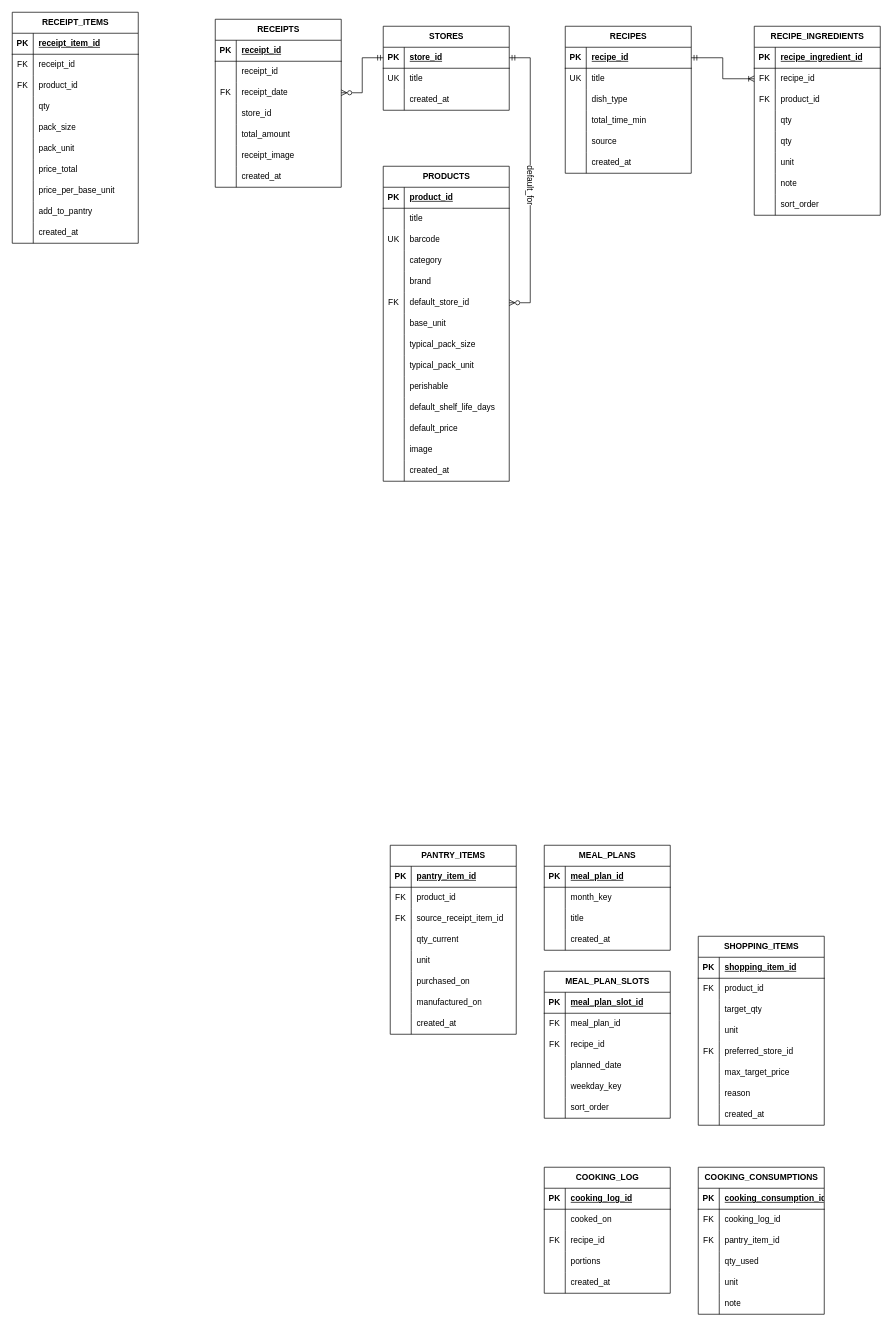
Before: Projects/Еда/Docs/Диаграмма без названия.drawio in smeryse/Knowledge-Base, a draw.io diagram. Source tidied: cells renumbered, new cells numbered last; positions are measured from the earlier drawing's top-left corner, leaving out a move shared by most shapes. Both pictures are drawn from the tidied source at 70%, with x=0, y=0 at pixel (12, 12).
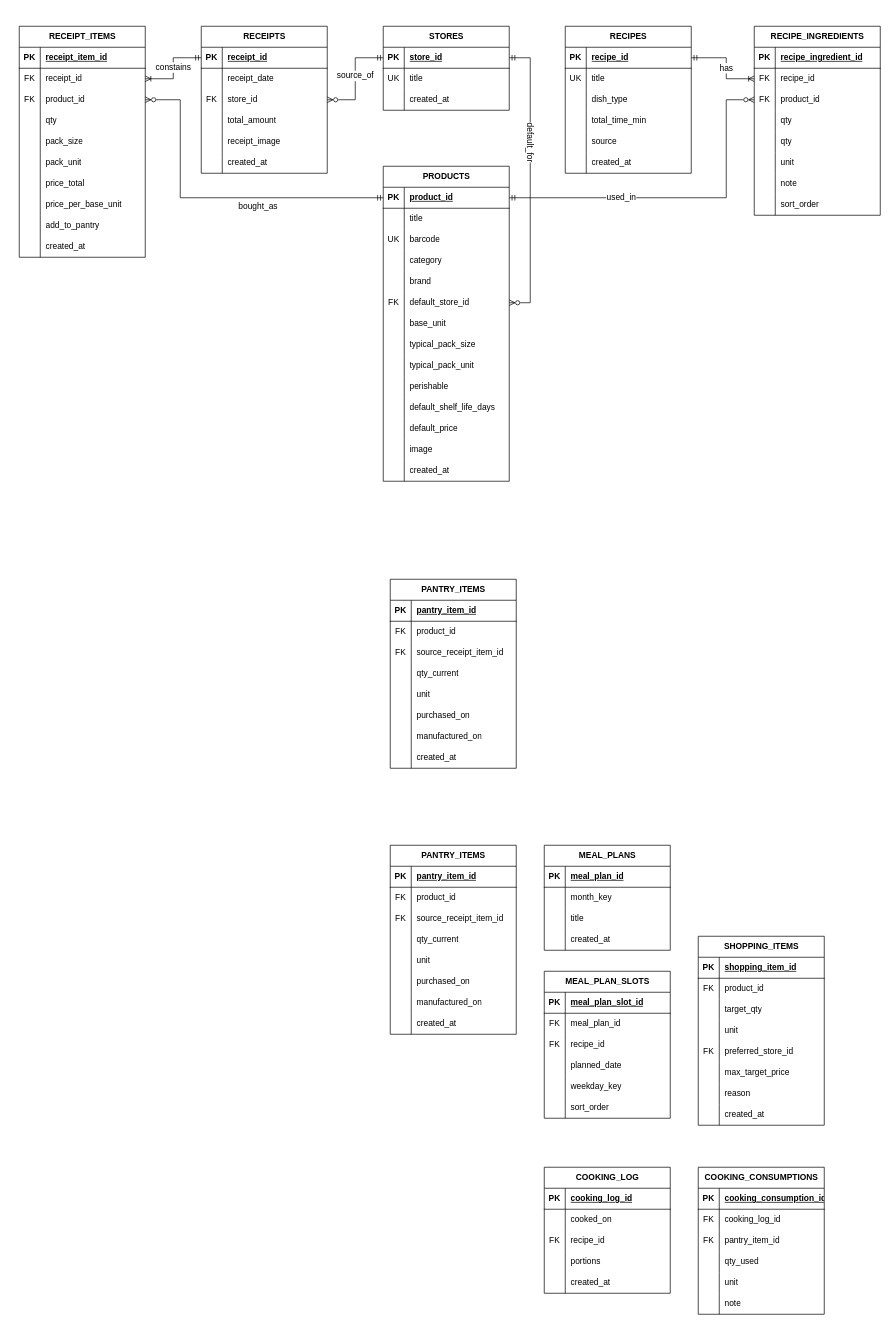
The same diagram, later.

The change refers to these unchanged cells:
```xml
<mxCell id="3" style="shape=tableRow;horizontal=0;startSize=0;swimlaneHead=0;swimlaneBody=0;fillColor=none;points=[[0,0.5],[1,0.5]];portConstraint=eastwest;top=0;left=0;right=0;bottom=1;" parent="2" vertex="1">
  <mxGeometry y="30" width="180" height="30" as="geometry" />
</mxCell>
<mxCell id="25" style="shape=tableRow;horizontal=0;startSize=0;swimlaneHead=0;swimlaneBody=0;fillColor=none;points=[[0,0.5],[1,0.5]];portConstraint=eastwest;top=0;left=0;right=0;bottom=1;" parent="24" vertex="1">
  <mxGeometry y="30" width="180" height="30" as="geometry" />
</mxCell>
<mxCell id="47" style="shape=tableRow;horizontal=0;startSize=0;swimlaneHead=0;swimlaneBody=0;fillColor=none;points=[[0,0.5],[1,0.5]];portConstraint=eastwest;top=0;left=0;right=0;bottom=0;" parent="43" vertex="1">
  <mxGeometry y="60" width="180" height="30" as="geometry" />
</mxCell>
<mxCell id="50" style="shape=tableRow;horizontal=0;startSize=0;swimlaneHead=0;swimlaneBody=0;fillColor=none;points=[[0,0.5],[1,0.5]];portConstraint=eastwest;top=0;left=0;right=0;bottom=0;" parent="43" vertex="1">
  <mxGeometry y="90" width="180" height="30" as="geometry" />
</mxCell>
<mxCell id="72" style="shape=tableRow;horizontal=0;startSize=0;swimlaneHead=0;swimlaneBody=0;fillColor=none;points=[[0,0.5],[1,0.5]];portConstraint=eastwest;top=0;left=0;right=0;bottom=0;" parent="68" vertex="1">
  <mxGeometry y="60" width="180" height="30" as="geometry" />
</mxCell>
<mxCell id="75" style="shape=tableRow;horizontal=0;startSize=0;swimlaneHead=0;swimlaneBody=0;fillColor=none;points=[[0,0.5],[1,0.5]];portConstraint=eastwest;top=0;left=0;right=0;bottom=0;" parent="68" vertex="1">
  <mxGeometry y="90" width="180" height="30" as="geometry" />
</mxCell>
<mxCell id="100" style="shape=tableRow;horizontal=0;startSize=0;swimlaneHead=0;swimlaneBody=0;fillColor=none;points=[[0,0.5],[1,0.5]];portConstraint=eastwest;top=0;left=0;right=0;bottom=1;" parent="99" vertex="1">
  <mxGeometry y="30" width="180" height="30" as="geometry" />
</mxCell>
<mxCell id="110" style="shape=tableRow;horizontal=0;startSize=0;swimlaneHead=0;swimlaneBody=0;fillColor=none;points=[[0,0.5],[1,0.5]];portConstraint=eastwest;top=0;left=0;right=0;bottom=1;" parent="109" vertex="1">
  <mxGeometry y="30" width="180" height="30" as="geometry" />
</mxCell>
<mxCell id="125" style="shape=tableRow;horizontal=0;startSize=0;swimlaneHead=0;swimlaneBody=0;fillColor=none;points=[[0,0.5],[1,0.5]];portConstraint=eastwest;top=0;left=0;right=0;bottom=0;" parent="109" vertex="1">
  <mxGeometry y="180" width="180" height="30" as="geometry" />
</mxCell>
```

Change to the diagram source:
```diff
@@
     <mxCell id="2" value="RECEIPTS" style="shape=table;startSize=30;childLayout=tableLayout;rowLines=0;fontStyle=1;align=center;html=1;" parent="1" vertex="1">
-      <mxGeometry x="290" y="10" width="180" height="240" as="geometry" />
+      <mxGeometry x="270" y="20" width="180" height="210" as="geometry" />
     </mxCell>
@@
-    <mxCell id="6" style="shape=tableRow;horizontal=0;startSize=0;swimlaneHead=0;swimlaneBody=0;fillColor=none;top=0;left=0;right=0;bottom=0;" parent="2" vertex="1">
-      <mxGeometry y="60" width="180" height="30" as="geometry" />
-    </mxCell>
-    <mxCell id="7" style="shape=partialRectangle;fillColor=none;top=0;left=0;bottom=0;right=0;overflow=hidden;whiteSpace=wrap;html=1;" parent="6" vertex="1">
-      <mxGeometry width="30" height="30" as="geometry" />
-    </mxCell>
-    <mxCell id="8" value="receipt_id" style="shape=partialRectangle;fillColor=none;top=0;left=0;bottom=0;right=0;align=left;spacingLeft=6;overflow=hidden;whiteSpace=wrap;html=1;" parent="6" vertex="1">
-      <mxGeometry x="30" width="150" height="30" as="geometry" />
-    </mxCell>
     <mxCell id="9" style="shape=tableRow;horizontal=0;startSize=0;swimlaneHead=0;swimlaneBody=0;fillColor=none;points=[[0,0.5],[1,0.5]];portConstraint=eastwest;top=0;left=0;right=0;bottom=0;" parent="2" vertex="1">
-      <mxGeometry y="90" width="180" height="30" as="geometry" />
+      <mxGeometry y="60" width="180" height="30" as="geometry" />
     </mxCell>
-    <mxCell id="10" value="FK" style="shape=partialRectangle;fillColor=none;top=0;left=0;bottom=0;right=0;overflow=hidden;whiteSpace=wrap;html=1;" parent="9" vertex="1">
+    <mxCell id="10" style="shape=partialRectangle;fillColor=none;top=0;left=0;bottom=0;right=0;overflow=hidden;whiteSpace=wrap;html=1;" parent="9" vertex="1">
       <mxGeometry width="30" height="30" as="geometry" />
     </mxCell>
@@
     <mxCell id="12" style="shape=tableRow;horizontal=0;startSize=0;swimlaneHead=0;swimlaneBody=0;fillColor=none;points=[[0,0.5],[1,0.5]];portConstraint=eastwest;top=0;left=0;right=0;bottom=0;" parent="2" vertex="1">
-      <mxGeometry y="120" width="180" height="30" as="geometry" />
+      <mxGeometry y="90" width="180" height="30" as="geometry" />
     </mxCell>
-    <mxCell id="13" style="shape=partialRectangle;fillColor=none;top=0;left=0;bottom=0;right=0;overflow=hidden;whiteSpace=wrap;html=1;" parent="12" vertex="1">
+    <mxCell id="13" value="FK" style="shape=partialRectangle;fillColor=none;top=0;left=0;bottom=0;right=0;overflow=hidden;whiteSpace=wrap;html=1;" parent="12" vertex="1">
       <mxGeometry width="30" height="30" as="geometry" />
     </mxCell>
@@
     <mxCell id="15" style="shape=tableRow;horizontal=0;startSize=0;swimlaneHead=0;swimlaneBody=0;fillColor=none;top=0;left=0;right=0;bottom=0;" parent="2" vertex="1">
-      <mxGeometry y="150" width="180" height="30" as="geometry" />
+      <mxGeometry y="120" width="180" height="30" as="geometry" />
     </mxCell>
@@
     <mxCell id="18" style="shape=tableRow;horizontal=0;startSize=0;swimlaneHead=0;swimlaneBody=0;fillColor=none;top=0;left=0;right=0;bottom=0;" parent="2" vertex="1">
-      <mxGeometry y="180" width="180" height="30" as="geometry" />
+      <mxGeometry y="150" width="180" height="30" as="geometry" />
     </mxCell>
@@
     <mxCell id="21" style="shape=tableRow;horizontal=0;startSize=0;swimlaneHead=0;swimlaneBody=0;fillColor=none;top=0;left=0;right=0;bottom=0;" parent="2" vertex="1">
-      <mxGeometry y="210" width="180" height="30" as="geometry" />
+      <mxGeometry y="180" width="180" height="30" as="geometry" />
     </mxCell>
@@
     <mxCell id="68" value="RECEIPT_ITEMS" style="shape=table;startSize=30;childLayout=tableLayout;rowLines=0;fontStyle=1;align=center;html=1;" parent="1" vertex="1">
-      <mxGeometry width="180" height="330" as="geometry" />
+      <mxGeometry x="10" y="20" width="180" height="330" as="geometry" />
     </mxCell>
@@
-    <mxCell id="269" style="rounded=0;jettySize=auto;html=1;exitX=0;exitY=0.5;exitDx=0;exitDy=0;entryX=1;entryY=0.5;entryDx=0;entryDy=0;endArrow=ERzeroToMany;endFill=0;startArrow=ERmandOne;startFill=0;edgeStyle=elbowEdgeStyle;" parent="1" edge="1" source="100" target="9">
+    <mxCell id="269" style="rounded=0;jettySize=auto;html=1;exitX=0;exitY=0.5;exitDx=0;exitDy=0;entryX=1;entryY=0.5;entryDx=0;entryDy=0;endArrow=ERzeroToMany;endFill=0;startArrow=ERmandOne;startFill=0;edgeStyle=elbowEdgeStyle;elbow=horizontal;" parent="1" edge="1" source="100" target="12">
       <mxGeometry relative="1" as="geometry" />
     </mxCell>
+    <mxCell id="274" value="source_of" style="edgeLabel;html=1;align=center;verticalAlign=middle;fontSize=12;" parent="269" vertex="1">
+      <mxGeometry x="-0.25" y="-1" relative="1" as="geometry">
+        <mxPoint y="12" as="offset" />
+      </mxGeometry>
+    </mxCell>
-    <mxCell id="270" style="rounded=0;jettySize=auto;html=1;exitX=1;exitY=0.5;exitDx=0;exitDy=0;entryX=1;entryY=0.5;entryDx=0;entryDy=0;endArrow=ERzeroToMany;endFill=0;startArrow=ERmandOne;startFill=0;edgeStyle=elbowEdgeStyle;elbow=vertical;" parent="1" edge="1" source="100" target="125">
+    <mxCell id="270" style="rounded=0;jettySize=auto;html=1;exitX=1;exitY=0.5;exitDx=0;exitDy=0;endArrow=ERzeroToMany;endFill=0;startArrow=ERmandOne;startFill=0;edgeStyle=elbowEdgeStyle;entryX=1;entryY=0.5;entryDx=0;entryDy=0;" parent="1" edge="1" source="100" target="125">
       <mxGeometry relative="1" as="geometry">
         <Array as="points">
           <mxPoint x="740" y="240" />
         </Array>
       </mxGeometry>
     </mxCell>
@@
     <mxCell id="272" value="default_for" style="edgeLabel;html=1;align=center;verticalAlign=middle;rotation=90;fontSize=12;" parent="270" vertex="1">
-      <mxGeometry x="0.03" y="1" relative="1" as="geometry" />
+      <mxGeometry x="0.03" y="1" relative="1" as="geometry">
+        <mxPoint y="-61" as="offset" />
+      </mxGeometry>
     </mxCell>
-    <mxCell id="273" style="rounded=0;jettySize=auto;html=1;exitX=1;exitY=0.5;exitDx=0;exitDy=0;entryX=0;entryY=0.5;entryDx=0;entryDy=0;endArrow=ERoneToMany;endFill=0;startArrow=ERmandOne;startFill=0;edgeStyle=elbowEdgeStyle;" parent="1" edge="1" source="25" target="47">
-      <mxGeometry relative="1" as="geometry" />
+    <mxCell id="273" value="has" style="rounded=0;jettySize=auto;html=1;exitX=1;exitY=0.5;exitDx=0;exitDy=0;entryX=0;entryY=0.5;entryDx=0;entryDy=0;endArrow=ERoneToMany;endFill=0;startArrow=ERmandOne;startFill=0;edgeStyle=elbowEdgeStyle;elbow=horizontal;fontSize=12;" parent="1" edge="1" source="25" target="47">
+      <mxGeometry x="0.08" relative="1" as="geometry">
+        <Array as="points">
+          <mxPoint x="1020" y="80" />
+        </Array>
+      </mxGeometry>
     </mxCell>
+    <mxCell id="275" style="rounded=0;jettySize=auto;html=1;exitX=1;exitY=0.5;exitDx=0;exitDy=0;entryX=0;entryY=0.5;entryDx=0;entryDy=0;endArrow=ERzeroToMany;endFill=0;startArrow=ERmandOne;startFill=0;edgeStyle=elbowEdgeStyle;" parent="1" edge="1" source="110" target="50">
+      <mxGeometry relative="1" as="geometry">
+        <Array as="points">
+          <mxPoint x="1020" y="190" />
+        </Array>
+      </mxGeometry>
+    </mxCell>
+    <mxCell id="276" value="used_in" style="edgeLabel;html=1;align=center;verticalAlign=middle;fontSize=12;" parent="275" vertex="1">
+      <mxGeometry x="-0.35" y="1" relative="1" as="geometry" />
+    </mxCell>
+    <mxCell id="277" style="rounded=0;jettySize=auto;html=1;exitX=0;exitY=0.5;exitDx=0;exitDy=0;endArrow=ERoneToMany;endFill=0;startArrow=ERmandOne;startFill=0;edgeStyle=elbowEdgeStyle;elbow=horizontal;strokeWidth=1;jumpSize=6;endSize=6;startSize=6;entryX=1;entryY=0.5;entryDx=0;entryDy=0;" parent="1" edge="1" source="3" target="72">
+      <mxGeometry relative="1" as="geometry" />
+    </mxCell>
+    <mxCell id="278" value="constains" style="edgeLabel;html=1;align=center;verticalAlign=middle;fontSize=12;" parent="277" vertex="1">
+      <mxGeometry x="-0.25" y="-1" relative="1" as="geometry">
+        <mxPoint y="12" as="offset" />
+      </mxGeometry>
+    </mxCell>
+    <mxCell id="279" style="rounded=0;jettySize=auto;html=1;endArrow=ERzeroToMany;endFill=0;startArrow=ERmandOne;startFill=0;edgeStyle=elbowEdgeStyle;elbow=horizontal;strokeWidth=1;jumpSize=6;endSize=6;startSize=6;entryX=1;entryY=0.5;entryDx=0;entryDy=0;exitX=0;exitY=0.5;exitDx=0;exitDy=0;" parent="1" edge="1" source="110" target="75">
+      <mxGeometry relative="1" as="geometry">
+        <Array as="points">
+          <mxPoint x="240" y="220" />
+        </Array>
+      </mxGeometry>
+    </mxCell>
+    <mxCell id="280" value="bought_as" style="edgeLabel;html=1;align=center;verticalAlign=middle;fontSize=12;" parent="279" vertex="1">
+      <mxGeometry x="-0.25" y="-1" relative="1" as="geometry">
+        <mxPoint y="12" as="offset" />
+      </mxGeometry>
+    </mxCell>
+    <mxCell id="281" value="PANTRY_ITEMS" style="shape=table;startSize=30;childLayout=tableLayout;rowLines=0;fontStyle=1;align=center;html=1;" parent="1" vertex="1">
+      <mxGeometry x="540" y="810" width="180" height="270" as="geometry" />
+    </mxCell>
+    <mxCell id="282" style="shape=tableRow;horizontal=0;startSize=0;swimlaneHead=0;swimlaneBody=0;fillColor=none;top=0;left=0;right=0;bottom=1;" parent="281" vertex="1">
+      <mxGeometry y="30" width="180" height="30" as="geometry" />
+    </mxCell>
+    <mxCell id="283" value="PK" style="shape=partialRectangle;fillColor=none;top=0;left=0;bottom=0;right=0;fontStyle=1;overflow=hidden;whiteSpace=wrap;html=1;" parent="282" vertex="1">
+      <mxGeometry width="30" height="30" as="geometry" />
+    </mxCell>
+    <mxCell id="284" value="pantry_item_id" style="shape=partialRectangle;fillColor=none;top=0;left=0;bottom=0;right=0;align=left;spacingLeft=6;fontStyle=5;overflow=hidden;whiteSpace=wrap;html=1;" parent="282" vertex="1">
+      <mxGeometry x="30" width="150" height="30" as="geometry" />
+    </mxCell>
+    <mxCell id="6" style="shape=tableRow;horizontal=0;startSize=0;swimlaneHead=0;swimlaneBody=0;fillColor=none;top=0;left=0;right=0;bottom=0;" parent="281" vertex="1">
+      <mxGeometry y="60" width="180" height="30" as="geometry" />
+    </mxCell>
+    <mxCell id="285" value="FK" style="shape=partialRectangle;fillColor=none;top=0;left=0;bottom=0;right=0;overflow=hidden;whiteSpace=wrap;html=1;" parent="6" vertex="1">
+      <mxGeometry width="30" height="30" as="geometry" />
+    </mxCell>
+    <mxCell id="286" value="product_id" style="shape=partialRectangle;fillColor=none;top=0;left=0;bottom=0;right=0;align=left;spacingLeft=6;overflow=hidden;whiteSpace=wrap;html=1;" parent="6" vertex="1">
+      <mxGeometry x="30" width="150" height="30" as="geometry" />
+    </mxCell>
+    <mxCell id="287" style="shape=tableRow;horizontal=0;startSize=0;swimlaneHead=0;swimlaneBody=0;fillColor=none;top=0;left=0;right=0;bottom=0;" parent="281" vertex="1">
+      <mxGeometry y="90" width="180" height="30" as="geometry" />
+    </mxCell>
+    <mxCell id="288" value="FK" style="shape=partialRectangle;fillColor=none;top=0;left=0;bottom=0;right=0;overflow=hidden;whiteSpace=wrap;html=1;" parent="287" vertex="1">
+      <mxGeometry width="30" height="30" as="geometry" />
+    </mxCell>
+    <mxCell id="289" value="source_receipt_item_id" style="shape=partialRectangle;fillColor=none;top=0;left=0;bottom=0;right=0;align=left;spacingLeft=6;overflow=hidden;whiteSpace=wrap;html=1;" parent="287" vertex="1">
+      <mxGeometry x="30" width="150" height="30" as="geometry" />
+    </mxCell>
+    <mxCell id="290" style="shape=tableRow;horizontal=0;startSize=0;swimlaneHead=0;swimlaneBody=0;fillColor=none;top=0;left=0;right=0;bottom=0;" parent="281" vertex="1">
+      <mxGeometry y="120" width="180" height="30" as="geometry" />
+    </mxCell>
+    <mxCell id="291" style="shape=partialRectangle;fillColor=none;top=0;left=0;bottom=0;right=0;overflow=hidden;whiteSpace=wrap;html=1;" parent="290" vertex="1">
+      <mxGeometry width="30" height="30" as="geometry" />
+    </mxCell>
+    <mxCell id="292" value="qty_current" style="shape=partialRectangle;fillColor=none;top=0;left=0;bottom=0;right=0;align=left;spacingLeft=6;overflow=hidden;whiteSpace=wrap;html=1;" parent="290" vertex="1">
+      <mxGeometry x="30" width="150" height="30" as="geometry" />
+    </mxCell>
+    <mxCell id="293" style="shape=tableRow;horizontal=0;startSize=0;swimlaneHead=0;swimlaneBody=0;fillColor=none;top=0;left=0;right=0;bottom=0;" parent="281" vertex="1">
+      <mxGeometry y="150" width="180" height="30" as="geometry" />
+    </mxCell>
+    <mxCell id="294" style="shape=partialRectangle;fillColor=none;top=0;left=0;bottom=0;right=0;overflow=hidden;whiteSpace=wrap;html=1;" parent="293" vertex="1">
+      <mxGeometry width="30" height="30" as="geometry" />
+    </mxCell>
+    <mxCell id="295" value="unit" style="shape=partialRectangle;fillColor=none;top=0;left=0;bottom=0;right=0;align=left;spacingLeft=6;overflow=hidden;whiteSpace=wrap;html=1;" parent="293" vertex="1">
+      <mxGeometry x="30" width="150" height="30" as="geometry" />
+    </mxCell>
+    <mxCell id="296" style="shape=tableRow;horizontal=0;startSize=0;swimlaneHead=0;swimlaneBody=0;fillColor=none;top=0;left=0;right=0;bottom=0;" parent="281" vertex="1">
+      <mxGeometry y="180" width="180" height="30" as="geometry" />
+    </mxCell>
+    <mxCell id="297" style="shape=partialRectangle;fillColor=none;top=0;left=0;bottom=0;right=0;overflow=hidden;whiteSpace=wrap;html=1;" parent="296" vertex="1">
+      <mxGeometry width="30" height="30" as="geometry" />
+    </mxCell>
+    <mxCell id="298" value="purchased_on" style="shape=partialRectangle;fillColor=none;top=0;left=0;bottom=0;right=0;align=left;spacingLeft=6;overflow=hidden;whiteSpace=wrap;html=1;" parent="296" vertex="1">
+      <mxGeometry x="30" width="150" height="30" as="geometry" />
+    </mxCell>
+    <mxCell id="299" style="shape=tableRow;horizontal=0;startSize=0;swimlaneHead=0;swimlaneBody=0;fillColor=none;top=0;left=0;right=0;bottom=0;" parent="281" vertex="1">
+      <mxGeometry y="210" width="180" height="30" as="geometry" />
+    </mxCell>
+    <mxCell id="300" style="shape=partialRectangle;fillColor=none;top=0;left=0;bottom=0;right=0;overflow=hidden;whiteSpace=wrap;html=1;" parent="299" vertex="1">
+      <mxGeometry width="30" height="30" as="geometry" />
+    </mxCell>
+    <mxCell id="301" value="manufactured_on" style="shape=partialRectangle;fillColor=none;top=0;left=0;bottom=0;right=0;align=left;spacingLeft=6;overflow=hidden;whiteSpace=wrap;html=1;" parent="299" vertex="1">
+      <mxGeometry x="30" width="150" height="30" as="geometry" />
+    </mxCell>
+    <mxCell id="302" style="shape=tableRow;horizontal=0;startSize=0;swimlaneHead=0;swimlaneBody=0;fillColor=none;top=0;left=0;right=0;bottom=0;" parent="281" vertex="1">
+      <mxGeometry y="240" width="180" height="30" as="geometry" />
+    </mxCell>
+    <mxCell id="303" style="shape=partialRectangle;fillColor=none;top=0;left=0;bottom=0;right=0;overflow=hidden;whiteSpace=wrap;html=1;" parent="302" vertex="1">
+      <mxGeometry width="30" height="30" as="geometry" />
+    </mxCell>
+    <mxCell id="304" value="created_at" style="shape=partialRectangle;fillColor=none;top=0;left=0;bottom=0;right=0;align=left;spacingLeft=6;overflow=hidden;whiteSpace=wrap;html=1;" parent="302" vertex="1">
+      <mxGeometry x="30" width="150" height="30" as="geometry" />
+    </mxCell>
```
